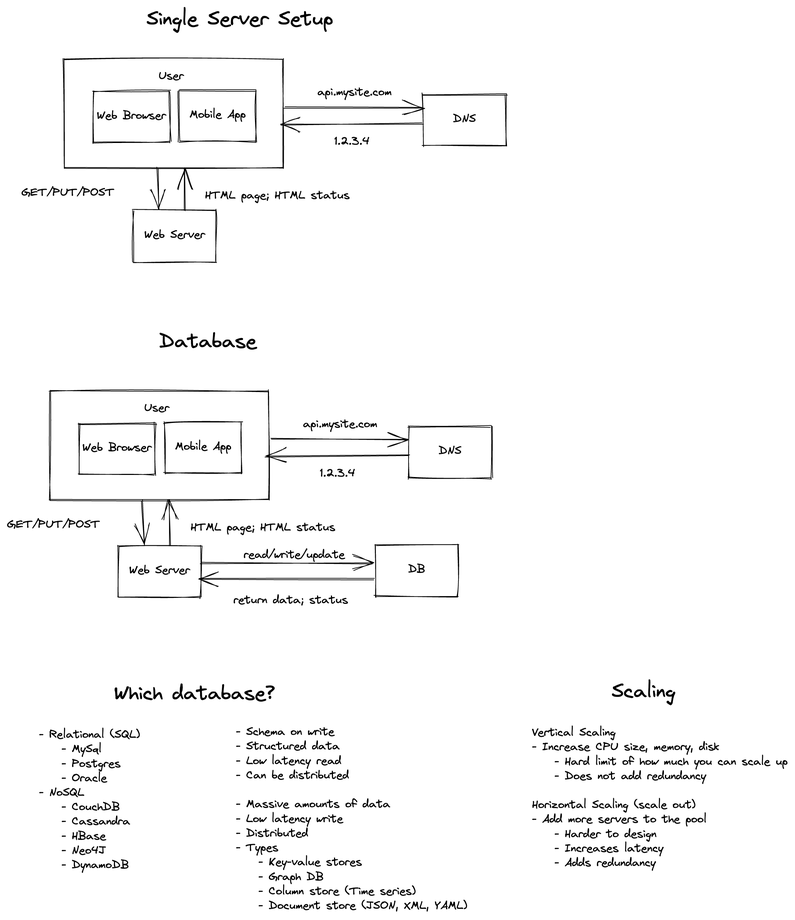
Earlier version of the Excalidraw export engineering_skills/diagrams/scaling_out.excalidraw.png (analytiq-hub/sigagent.github.io). Source tidied: one line per element, renumbered; positions are measured from the earlier drawing's top-left corner, leaving out a move shared by most shapes. Its diagram source:
```json
{"id": 0, "type": "text", "text": "Single Server Setup", "strokeColor": "#000000", "strokeWidth": 1, "roughness": 1, "fontSize": 28, "fontFamily": 1, "x": 198, "y": 0, "width": 266, "height": 36}
{"id": 1, "type": "rectangle", "strokeColor": "#000000", "strokeWidth": 1, "roughness": 1, "x": 82, "y": 74, "width": 311, "height": 155}
{"id": 2, "type": "rectangle", "strokeColor": "#000000", "strokeWidth": 1, "roughness": 1, "x": 122, "y": 120, "width": 109, "height": 73}
{"id": 3, "type": "text", "text": "Web Browser", "strokeColor": "#000000", "strokeWidth": 1, "roughness": 1, "fontSize": 16, "fontFamily": 1, "textAlign": "center", "verticalAlign": "middle", "inside": 2, "x": 128, "y": 146, "width": 99, "height": 42}
{"id": 4, "type": "rectangle", "strokeColor": "#000000", "strokeWidth": 1, "roughness": 1, "x": 245, "y": 118, "width": 109, "height": 73}
{"id": 5, "type": "text", "text": "Mobile App", "strokeColor": "#000000", "strokeWidth": 1, "roughness": 1, "fontSize": 16, "fontFamily": 1, "textAlign": "center", "verticalAlign": "middle", "inside": 4, "x": 250, "y": 144, "width": 99, "height": 21}
{"id": 6, "type": "text", "text": "User", "strokeColor": "#000000", "strokeWidth": 1, "roughness": 1, "fontSize": 16, "fontFamily": 1, "x": 216, "y": 88, "width": 37, "height": 21}
{"id": 7, "type": "rectangle", "strokeColor": "#000000", "strokeWidth": 1, "roughness": 1, "x": 592, "y": 124, "width": 118, "height": 74}
{"id": 8, "type": "text", "text": "DNS", "strokeColor": "#000000", "strokeWidth": 1, "roughness": 1, "fontSize": 16, "fontFamily": 1, "textAlign": "center", "verticalAlign": "middle", "inside": 7, "x": 596, "y": 150, "width": 108, "height": 21}
{"id": 9, "type": "rectangle", "strokeColor": "#000000", "strokeWidth": 1, "roughness": 1, "x": 180, "y": 289, "width": 118, "height": 74}
{"id": 10, "type": "text", "text": "Web Server", "strokeColor": "#000000", "strokeWidth": 1, "roughness": 1, "fontSize": 16, "fontFamily": 1, "textAlign": "center", "verticalAlign": "middle", "inside": 9, "x": 184, "y": 316, "width": 108, "height": 21}
{"id": 11, "type": "arrow", "strokeColor": "#000000", "strokeWidth": 1, "roughness": 1, "endArrowhead": "arrow", "from": 1, "to": 7, "x": 396, "y": 143, "width": 195, "height": 1, "points": [[0, 0], [195, 1]]}
{"id": 12, "type": "arrow", "strokeColor": "#000000", "strokeWidth": 1, "roughness": 1, "endArrowhead": "arrow", "from": 7, "x": 590, "y": 166, "width": 202, "height": 1, "points": [[0, 0], [-202, 1]]}
{"id": 13, "type": "arrow", "strokeColor": "#000000", "strokeWidth": 1, "roughness": 1, "endArrowhead": "arrow", "from": 1, "to": 9, "x": 214, "y": 229, "width": 2, "height": 59, "points": [[0, 0], [2, 59]]}
{"id": 14, "type": "arrow", "strokeColor": "#000000", "strokeWidth": 1, "roughness": 1, "endArrowhead": "arrow", "from": 9, "to": 1, "x": 254, "y": 289, "width": 2, "height": 60, "points": [[0, 0], [-2, -60]]}
{"id": 15, "type": "text", "text": "api.mysite.com", "strokeColor": "#000000", "strokeWidth": 1, "roughness": 1, "fontSize": 16, "fontFamily": 1, "x": 442, "y": 110, "width": 106, "height": 21}
{"id": 16, "type": "text", "text": "1.2.3.4", "strokeColor": "#000000", "strokeWidth": 1, "roughness": 1, "fontSize": 16, "fontFamily": 1, "x": 466, "y": 180, "width": 51, "height": 21}
{"id": 17, "type": "text", "text": "GET/PUT/POST", "strokeColor": "#000000", "strokeWidth": 1, "roughness": 1, "fontSize": 16, "fontFamily": 1, "x": 20, "y": 254, "width": 133, "height": 21}
{"id": 18, "type": "text", "text": "HTML page; HTML status", "strokeColor": "#000000", "strokeWidth": 1, "roughness": 1, "fontSize": 16, "fontFamily": 1, "x": 282, "y": 258, "width": 207, "height": 21}
{"id": 19, "type": "text", "text": "Database", "strokeColor": "#000000", "strokeWidth": 1, "roughness": 1, "fontSize": 28, "fontFamily": 1, "x": 216, "y": 459, "width": 139, "height": 36}
{"id": 20, "type": "rectangle", "strokeColor": "#000000", "strokeWidth": 1, "roughness": 1, "x": 61, "y": 546, "width": 311, "height": 155}
{"id": 21, "type": "rectangle", "strokeColor": "#000000", "strokeWidth": 1, "roughness": 1, "x": 102, "y": 592, "width": 109, "height": 73}
{"id": 22, "type": "text", "text": "Web Browser", "strokeColor": "#000000", "strokeWidth": 1, "roughness": 1, "fontSize": 16, "fontFamily": 1, "textAlign": "center", "verticalAlign": "middle", "inside": 21, "x": 107, "y": 618, "width": 99, "height": 42}
{"id": 23, "type": "rectangle", "strokeColor": "#000000", "strokeWidth": 1, "roughness": 1, "x": 224, "y": 591, "width": 109, "height": 73}
{"id": 24, "type": "text", "text": "Mobile App", "strokeColor": "#000000", "strokeWidth": 1, "roughness": 1, "fontSize": 16, "fontFamily": 1, "textAlign": "center", "verticalAlign": "middle", "inside": 23, "x": 230, "y": 617, "width": 99, "height": 21}
{"id": 25, "type": "text", "text": "User", "strokeColor": "#000000", "strokeWidth": 1, "roughness": 1, "fontSize": 16, "fontFamily": 1, "x": 195, "y": 560, "width": 37, "height": 21}
{"id": 26, "type": "rectangle", "strokeColor": "#000000", "strokeWidth": 1, "roughness": 1, "x": 571, "y": 596, "width": 118, "height": 74}
{"id": 27, "type": "text", "text": "DNS", "strokeColor": "#000000", "strokeWidth": 1, "roughness": 1, "fontSize": 16, "fontFamily": 1, "textAlign": "center", "verticalAlign": "middle", "inside": 26, "x": 576, "y": 623, "width": 108, "height": 21}
{"id": 28, "type": "rectangle", "strokeColor": "#000000", "strokeWidth": 1, "roughness": 1, "x": 158, "y": 766, "width": 118, "height": 74}
{"id": 29, "type": "text", "text": "Web Server", "strokeColor": "#000000", "strokeWidth": 1, "roughness": 1, "fontSize": 16, "fontFamily": 1, "textAlign": "center", "verticalAlign": "middle", "inside": 28, "x": 163, "y": 793, "width": 108, "height": 21}
{"id": 30, "type": "arrow", "strokeColor": "#000000", "strokeWidth": 1, "roughness": 1, "endArrowhead": "arrow", "from": 20, "to": 26, "x": 375, "y": 616, "width": 196, "height": 1, "points": [[0, 0], [196, 1]]}
{"id": 31, "type": "arrow", "strokeColor": "#000000", "strokeWidth": 1, "roughness": 1, "endArrowhead": "arrow", "from": 26, "x": 571, "y": 638, "width": 203, "height": 1, "points": [[0, 0], [-203, 1]]}
{"id": 32, "type": "arrow", "strokeColor": "#000000", "strokeWidth": 1, "roughness": 1, "endArrowhead": "arrow", "from": 20, "to": 28, "x": 193, "y": 702, "width": 2, "height": 63, "points": [[0, 0], [2, 63]]}
{"id": 33, "type": "arrow", "strokeColor": "#000000", "strokeWidth": 1, "roughness": 1, "endArrowhead": "arrow", "from": 28, "to": 20, "x": 232, "y": 766, "width": 2, "height": 63, "points": [[0, 0], [-2, -63]]}
{"id": 34, "type": "text", "text": "api.mysite.com", "strokeColor": "#000000", "strokeWidth": 1, "roughness": 1, "fontSize": 16, "fontFamily": 1, "x": 421, "y": 583, "width": 106, "height": 21}
{"id": 35, "type": "text", "text": "1.2.3.4", "strokeColor": "#000000", "strokeWidth": 1, "roughness": 1, "fontSize": 16, "fontFamily": 1, "x": 445, "y": 653, "width": 51, "height": 21}
{"id": 36, "type": "text", "text": "GET/PUT/POST", "strokeColor": "#000000", "strokeWidth": 1, "roughness": 1, "fontSize": 16, "fontFamily": 1, "x": 0, "y": 726, "width": 133, "height": 21}
{"id": 37, "type": "text", "text": "HTML page; HTML status", "strokeColor": "#000000", "strokeWidth": 1, "roughness": 1, "fontSize": 16, "fontFamily": 1, "x": 261, "y": 730, "width": 207, "height": 21}
{"id": 38, "type": "rectangle", "strokeColor": "#000000", "strokeWidth": 1, "roughness": 1, "x": 524, "y": 765, "width": 118, "height": 74}
{"id": 39, "type": "text", "text": "DB", "strokeColor": "#000000", "strokeWidth": 1, "roughness": 1, "fontSize": 16, "fontFamily": 1, "textAlign": "center", "verticalAlign": "middle", "inside": 38, "x": 528, "y": 792, "width": 108, "height": 21}
{"id": 40, "type": "arrow", "strokeColor": "#000000", "strokeWidth": 1, "roughness": 1, "endArrowhead": "arrow", "from": 28, "to": 38, "x": 276, "y": 792, "width": 244, "height": 0, "points": [[0, 0], [244, 0]]}
{"id": 41, "type": "arrow", "strokeColor": "#000000", "strokeWidth": 1, "roughness": 1, "endArrowhead": "arrow", "from": 38, "x": 522, "y": 814, "width": 248, "height": 0, "points": [[0, 0], [-248, 0]]}
{"id": 42, "type": "text", "text": "read/write/update", "strokeColor": "#000000", "strokeWidth": 1, "roughness": 1, "fontSize": 16, "fontFamily": 1, "x": 336, "y": 769, "width": 145, "height": 21}
{"id": 43, "type": "text", "text": "return data; status", "strokeColor": "#000000", "strokeWidth": 1, "roughness": 1, "fontSize": 16, "fontFamily": 1, "x": 322, "y": 834, "width": 164, "height": 21}
{"id": 44, "type": "text", "text": "Which database?", "strokeColor": "#000000", "strokeWidth": 1, "roughness": 1, "fontSize": 28, "fontFamily": 1, "x": 152, "y": 960, "width": 229, "height": 36}
{"id": 45, "type": "text", "text": "- Relational (SQL)\n    - MySql\n    - Postgres\n    - Oracle\n- NoSQL\n    - CouchDB\n    - Cassandra\n    - HBase\n    - Neo4J\n    - DynamoDB", "strokeColor": "#000000", "strokeWidth": 1, "roughness": 1, "fontSize": 16, "fontFamily": 1, "x": 46, "y": 1026, "width": 143, "height": 206}
{"id": 46, "type": "text", "text": "- Schema on write\n- Structured data\n- Low latency read\n- Can be distributed\n\n- Massive amounts of data\n- Low latency write\n- Distributed\n- Types\n    - Key-value stores\n    - Graph DB\n    - Column store (Time series)\n    - Document store (JSON, XML, YAML)", "strokeColor": "#000000", "strokeWidth": 1, "roughness": 1, "fontSize": 16, "fontFamily": 1, "x": 326, "y": 1022, "width": 330, "height": 268}
{"id": 47, "type": "text", "text": "Scaling", "strokeColor": "#000000", "strokeWidth": 1, "roughness": 1, "fontSize": 28, "fontFamily": 1, "x": 860, "y": 957, "width": 91, "height": 36}
{"id": 48, "type": "text", "text": "Vertical Scaling\n- Increase CPU size, memory, disk\n    - Hard limit of how much you can scale up\n    - Does not add redundancy\n\nHorizontal Scaling (scale out)\n- Add more servers to the pool\n    - Harder to design\n    - Increases latency\n    - Adds redundancy", "strokeColor": "#000000", "strokeWidth": 1, "roughness": 1, "fontSize": 16, "fontFamily": 1, "x": 746, "y": 1022, "width": 364, "height": 206}
```
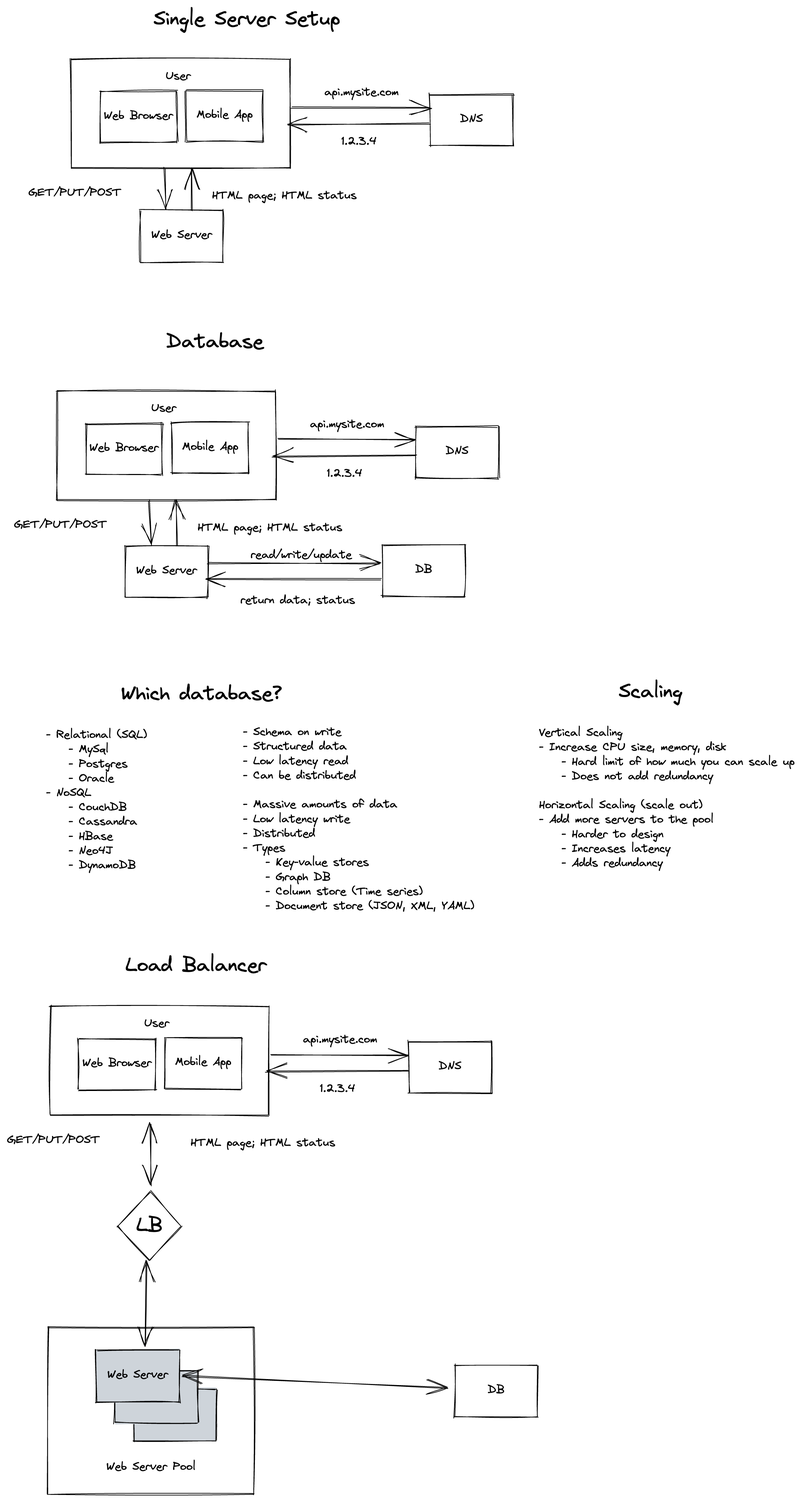
After the commit.

The edit, as a diff of the source:
```diff
@@ -1,3 +1,4 @@
+{"id": 49, "type": "rectangle", "strokeColor": "#000000", "backgroundColor": "#ced4da", "fillStyle": "solid", "strokeWidth": 1, "roughness": 1, "x": 170, "y": 1966, "width": 118, "height": 74}
 {"id": 0, "type": "text", "text": "Single Server Setup", "strokeColor": "#000000", "strokeWidth": 1, "roughness": 1, "fontSize": 28, "fontFamily": 1, "x": 198, "y": 0, "width": 266, "height": 36}
 {"id": 1, "type": "rectangle", "strokeColor": "#000000", "strokeWidth": 1, "roughness": 1, "x": 82, "y": 74, "width": 311, "height": 155}
 {"id": 2, "type": "rectangle", "strokeColor": "#000000", "strokeWidth": 1, "roughness": 1, "x": 122, "y": 120, "width": 109, "height": 73}
@@ -47,3 +48,30 @@
 {"id": 46, "type": "text", "text": "- Schema on write\n- Structured data\n- Low latency read\n- Can be distributed\n\n- Massive amounts of data\n- Low latency write\n- Distributed\n- Types\n    - Key-value stores\n    - Graph DB\n    - Column store (Time series)\n    - Document store (JSON, XML, YAML)", "strokeColor": "#000000", "strokeWidth": 1, "roughness": 1, "fontSize": 16, "fontFamily": 1, "x": 326, "y": 1022, "width": 330, "height": 268}
 {"id": 47, "type": "text", "text": "Scaling", "strokeColor": "#000000", "strokeWidth": 1, "roughness": 1, "fontSize": 28, "fontFamily": 1, "x": 860, "y": 957, "width": 91, "height": 36}
 {"id": 48, "type": "text", "text": "Vertical Scaling\n- Increase CPU size, memory, disk\n    - Hard limit of how much you can scale up\n    - Does not add redundancy\n\nHorizontal Scaling (scale out)\n- Add more servers to the pool\n    - Harder to design\n    - Increases latency\n    - Adds redundancy", "strokeColor": "#000000", "strokeWidth": 1, "roughness": 1, "fontSize": 16, "fontFamily": 1, "x": 746, "y": 1022, "width": 364, "height": 206}
+{"id": 50, "type": "text", "text": "Load Balancer", "strokeColor": "#000000", "strokeWidth": 1, "roughness": 1, "fontSize": 28, "fontFamily": 1, "x": 158, "y": 1346, "width": 201, "height": 36}
+{"id": 51, "type": "rectangle", "strokeColor": "#000000", "strokeWidth": 1, "roughness": 1, "x": 51, "y": 1422, "width": 311, "height": 155}
+{"id": 52, "type": "rectangle", "strokeColor": "#000000", "strokeWidth": 1, "roughness": 1, "x": 92, "y": 1468, "width": 109, "height": 73}
+{"id": 53, "type": "text", "text": "Web Browser", "strokeColor": "#000000", "strokeWidth": 1, "roughness": 1, "fontSize": 16, "fontFamily": 1, "textAlign": "center", "verticalAlign": "middle", "inside": 52, "x": 97, "y": 1494, "width": 99, "height": 42}
+{"id": 54, "type": "rectangle", "strokeColor": "#000000", "strokeWidth": 1, "roughness": 1, "x": 214, "y": 1466, "width": 109, "height": 73}
+{"id": 55, "type": "text", "text": "Mobile App", "strokeColor": "#000000", "strokeWidth": 1, "roughness": 1, "fontSize": 16, "fontFamily": 1, "textAlign": "center", "verticalAlign": "middle", "inside": 54, "x": 220, "y": 1492, "width": 99, "height": 21}
+{"id": 56, "type": "text", "text": "User", "strokeColor": "#000000", "strokeWidth": 1, "roughness": 1, "fontSize": 16, "fontFamily": 1, "x": 185, "y": 1436, "width": 37, "height": 21}
+{"id": 57, "type": "rectangle", "strokeColor": "#000000", "strokeWidth": 1, "roughness": 1, "x": 561, "y": 1472, "width": 118, "height": 74}
+{"id": 58, "type": "text", "text": "DNS", "strokeColor": "#000000", "strokeWidth": 1, "roughness": 1, "fontSize": 16, "fontFamily": 1, "textAlign": "center", "verticalAlign": "middle", "inside": 57, "x": 566, "y": 1498, "width": 108, "height": 21}
+{"id": 59, "type": "arrow", "strokeColor": "#000000", "strokeWidth": 1, "roughness": 1, "endArrowhead": "arrow", "from": 51, "to": 57, "x": 365, "y": 1491, "width": 196, "height": 1, "points": [[0, 0], [196, 1]]}
+{"id": 60, "type": "arrow", "strokeColor": "#000000", "strokeWidth": 1, "roughness": 1, "endArrowhead": "arrow", "from": 57, "x": 561, "y": 1514, "width": 203, "height": 1, "points": [[0, 0], [-203, 1]]}
+{"id": 61, "type": "text", "text": "api.mysite.com", "strokeColor": "#000000", "strokeWidth": 1, "roughness": 1, "fontSize": 16, "fontFamily": 1, "x": 411, "y": 1458, "width": 106, "height": 21}
+{"id": 62, "type": "text", "text": "1.2.3.4", "strokeColor": "#000000", "strokeWidth": 1, "roughness": 1, "fontSize": 16, "fontFamily": 1, "x": 435, "y": 1528, "width": 51, "height": 21}
+{"id": 63, "type": "text", "text": "GET/PUT/POST", "strokeColor": "#000000", "strokeWidth": 1, "roughness": 1, "fontSize": 16, "fontFamily": 1, "x": -10, "y": 1602, "width": 133, "height": 21}
+{"id": 64, "type": "text", "text": "HTML page; HTML status", "strokeColor": "#000000", "strokeWidth": 1, "roughness": 1, "fontSize": 16, "fontFamily": 1, "x": 251, "y": 1606, "width": 207, "height": 21}
+{"id": 65, "type": "rectangle", "strokeColor": "#000000", "strokeWidth": 1, "roughness": 1, "x": 626, "y": 1932, "width": 118, "height": 74}
+{"id": 66, "type": "text", "text": "DB", "strokeColor": "#000000", "strokeWidth": 1, "roughness": 1, "fontSize": 16, "fontFamily": 1, "textAlign": "center", "verticalAlign": "middle", "inside": 65, "x": 632, "y": 1959, "width": 108, "height": 21}
+{"id": 67, "type": "rectangle", "strokeColor": "#000000", "backgroundColor": "#ced4da", "fillStyle": "solid", "strokeWidth": 1, "roughness": 1, "x": 144, "y": 1941, "width": 118, "height": 74}
+{"id": 68, "type": "diamond", "strokeColor": "#000000", "strokeWidth": 1, "roughness": 1, "x": 148, "y": 1686, "width": 90, "height": 97}
+{"id": 69, "type": "text", "text": "LB", "strokeColor": "#000000", "strokeWidth": 1, "roughness": 1, "fontSize": 28, "fontFamily": 1, "textAlign": "center", "verticalAlign": "middle", "inside": 68, "x": 152, "y": 1716, "width": 80, "height": 36}
+{"id": 70, "type": "arrow", "strokeColor": "#000000", "strokeWidth": 1, "roughness": 1, "startArrowhead": "arrow", "endArrowhead": "arrow", "from": 51, "to": 68, "x": 194, "y": 1589, "width": 1, "height": 88, "points": [[0, 0], [1, 88]]}
+{"id": 71, "type": "rectangle", "strokeColor": "#000000", "backgroundColor": "#ced4da", "fillStyle": "solid", "strokeWidth": 1, "roughness": 1, "x": 117, "y": 1911, "width": 118, "height": 74}
+{"id": 72, "type": "text", "text": "Web Server", "strokeColor": "#000000", "strokeWidth": 1, "roughness": 1, "fontSize": 16, "fontFamily": 1, "textAlign": "center", "verticalAlign": "middle", "inside": 71, "x": 122, "y": 1938, "width": 108, "height": 21}
+{"id": 73, "type": "arrow", "strokeColor": "#000000", "backgroundColor": "#ced4da", "fillStyle": "solid", "strokeWidth": 1, "roughness": 1, "startArrowhead": "arrow", "endArrowhead": "arrow", "from": 68, "to": 71, "x": 188, "y": 1784, "width": 2, "height": 120, "points": [[0, 0], [-2, 120]]}
+{"id": 74, "type": "rectangle", "strokeColor": "#000000", "strokeWidth": 1, "roughness": 1, "x": 48, "y": 1879, "width": 293, "height": 237}
+{"id": 75, "type": "arrow", "strokeColor": "#000000", "strokeWidth": 1, "roughness": 1, "startArrowhead": "arrow", "endArrowhead": "arrow", "from": 71, "to": 65, "x": 240, "y": 1948, "width": 377, "height": 17, "points": [[0, 0], [377, 17]]}
+{"id": 76, "type": "text", "text": "Web Server Pool", "strokeColor": "#000000", "strokeWidth": 1, "roughness": 1, "fontSize": 16, "fontFamily": 1, "x": 132, "y": 2066, "width": 128, "height": 21}
```
